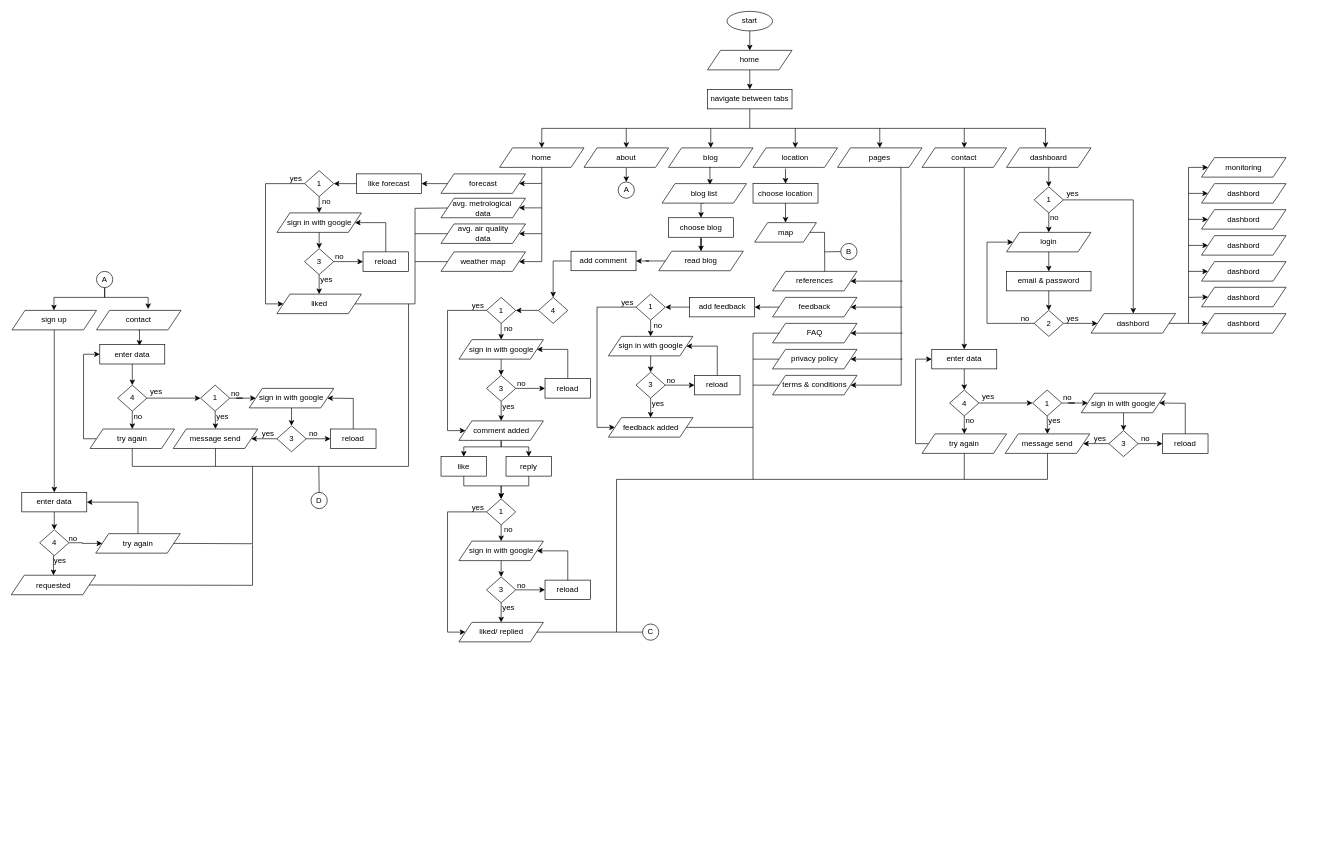
This is air_quality/flow_chart.drawio from kavicastelo/drawio, a draw.io file, before an edit. Source tidied: cells renumbered, new cells numbered last; positions are measured from the earlier drawing's top-left corner, leaving out a move shared by most shapes. Both pictures are drawn from the tidied source at 65%, with x=0, y=0 at pixel (11, 11).
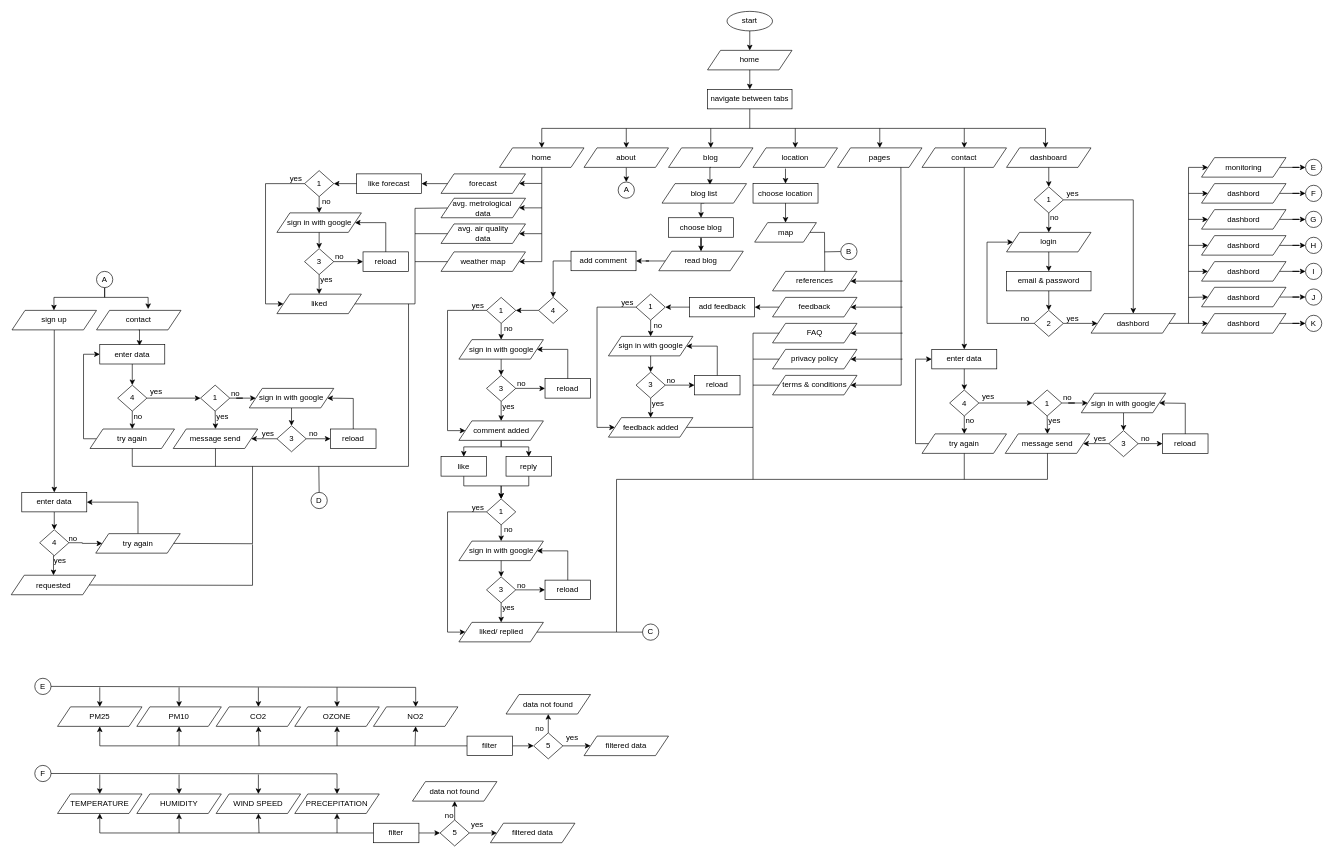
Above is the later version.

The change refers to these unchanged cells:
```xml
<mxCell id="18" value="monitoring" style="shape=parallelogram;perimeter=parallelogramPerimeter;whiteSpace=wrap;html=1;fixedSize=1;" parent="1" vertex="1">
  <mxGeometry x="1831" y="225" width="130" height="30" as="geometry" />
</mxCell>
<mxCell id="19" value="dashbord" style="shape=parallelogram;perimeter=parallelogramPerimeter;whiteSpace=wrap;html=1;fixedSize=1;" parent="1" vertex="1">
  <mxGeometry x="1831" y="265" width="130" height="30" as="geometry" />
</mxCell>
<mxCell id="20" value="dashbord" style="shape=parallelogram;perimeter=parallelogramPerimeter;whiteSpace=wrap;html=1;fixedSize=1;" parent="1" vertex="1">
  <mxGeometry x="1831" y="305" width="130" height="30" as="geometry" />
</mxCell>
<mxCell id="21" value="dashbord" style="shape=parallelogram;perimeter=parallelogramPerimeter;whiteSpace=wrap;html=1;fixedSize=1;" parent="1" vertex="1">
  <mxGeometry x="1831" y="345" width="130" height="30" as="geometry" />
</mxCell>
<mxCell id="22" value="dashbord" style="shape=parallelogram;perimeter=parallelogramPerimeter;whiteSpace=wrap;html=1;fixedSize=1;" parent="1" vertex="1">
  <mxGeometry x="1831" y="385" width="130" height="30" as="geometry" />
</mxCell>
<mxCell id="23" value="dashbord" style="shape=parallelogram;perimeter=parallelogramPerimeter;whiteSpace=wrap;html=1;fixedSize=1;" parent="1" vertex="1">
  <mxGeometry x="1831" y="424.5" width="130" height="30" as="geometry" />
</mxCell>
<mxCell id="24" value="dashbord" style="shape=parallelogram;perimeter=parallelogramPerimeter;whiteSpace=wrap;html=1;fixedSize=1;" parent="1" vertex="1">
  <mxGeometry x="1831" y="465" width="130" height="30" as="geometry" />
</mxCell>
```

Diff of the diagram source:
```diff
@@
+    <mxCell id="246" style="edgeStyle=orthogonalEdgeStyle;rounded=0;jettySize=auto;html=1;exitX=1;exitY=0.5;exitDx=0;exitDy=0;entryX=0;entryY=0.5;entryDx=0;entryDy=0;" parent="1" edge="1" source="18" target="253">
+      <mxGeometry relative="1" as="geometry" />
+    </mxCell>
@@
+    <mxCell id="247" style="edgeStyle=orthogonalEdgeStyle;rounded=0;jettySize=auto;html=1;exitX=1;exitY=0.5;exitDx=0;exitDy=0;entryX=0;entryY=0.5;entryDx=0;entryDy=0;" parent="1" edge="1" source="19" target="254">
+      <mxGeometry relative="1" as="geometry" />
+    </mxCell>
@@
+    <mxCell id="248" style="edgeStyle=orthogonalEdgeStyle;rounded=0;jettySize=auto;html=1;exitX=1;exitY=0.5;exitDx=0;exitDy=0;entryX=0;entryY=0.5;entryDx=0;entryDy=0;" parent="1" edge="1" source="20" target="255">
+      <mxGeometry relative="1" as="geometry" />
+    </mxCell>
@@
+    <mxCell id="249" style="edgeStyle=orthogonalEdgeStyle;rounded=0;jettySize=auto;html=1;exitX=1;exitY=0.5;exitDx=0;exitDy=0;entryX=0;entryY=0.5;entryDx=0;entryDy=0;" parent="1" edge="1" source="21" target="256">
+      <mxGeometry relative="1" as="geometry" />
+    </mxCell>
@@
+    <mxCell id="250" style="edgeStyle=orthogonalEdgeStyle;rounded=0;jettySize=auto;html=1;exitX=1;exitY=0.5;exitDx=0;exitDy=0;entryX=0;entryY=0.5;entryDx=0;entryDy=0;" parent="1" edge="1" source="22" target="257">
+      <mxGeometry relative="1" as="geometry" />
+    </mxCell>
@@
+    <mxCell id="251" style="edgeStyle=orthogonalEdgeStyle;rounded=0;jettySize=auto;html=1;exitX=1;exitY=0.5;exitDx=0;exitDy=0;entryX=0;entryY=0.5;entryDx=0;entryDy=0;" parent="1" edge="1" source="23" target="258">
+      <mxGeometry relative="1" as="geometry" />
+    </mxCell>
@@
+    <mxCell id="252" style="edgeStyle=orthogonalEdgeStyle;rounded=0;jettySize=auto;html=1;exitX=1;exitY=0.5;exitDx=0;exitDy=0;entryX=0;entryY=0.5;entryDx=0;entryDy=0;" parent="1" edge="1" source="24" target="259">
+      <mxGeometry relative="1" as="geometry" />
+    </mxCell>
@@
+    <mxCell id="253" value="E" style="ellipse;whiteSpace=wrap;html=1;" parent="1" vertex="1">
+      <mxGeometry x="1991" y="227.5" width="25" height="25" as="geometry" />
+    </mxCell>
+    <mxCell id="254" value="F" style="ellipse;whiteSpace=wrap;html=1;" parent="1" vertex="1">
+      <mxGeometry x="1991" y="267.5" width="25" height="25" as="geometry" />
+    </mxCell>
+    <mxCell id="255" value="G" style="ellipse;whiteSpace=wrap;html=1;" parent="1" vertex="1">
+      <mxGeometry x="1991" y="307.5" width="25" height="25" as="geometry" />
+    </mxCell>
+    <mxCell id="256" value="H" style="ellipse;whiteSpace=wrap;html=1;" parent="1" vertex="1">
+      <mxGeometry x="1991" y="347.5" width="25" height="25" as="geometry" />
+    </mxCell>
+    <mxCell id="257" value="I" style="ellipse;whiteSpace=wrap;html=1;" parent="1" vertex="1">
+      <mxGeometry x="1991" y="387.5" width="25" height="25" as="geometry" />
+    </mxCell>
+    <mxCell id="258" value="J" style="ellipse;whiteSpace=wrap;html=1;" parent="1" vertex="1">
+      <mxGeometry x="1991" y="427" width="25" height="25" as="geometry" />
+    </mxCell>
+    <mxCell id="259" value="K" style="ellipse;whiteSpace=wrap;html=1;" parent="1" vertex="1">
+      <mxGeometry x="1991" y="467.5" width="25" height="25" as="geometry" />
+    </mxCell>
+    <mxCell id="260" value="E" style="ellipse;whiteSpace=wrap;html=1;" parent="1" vertex="1">
+      <mxGeometry x="36" y="1026" width="25" height="25" as="geometry" />
+    </mxCell>
+    <mxCell id="261" value="PM25" style="shape=parallelogram;perimeter=parallelogramPerimeter;whiteSpace=wrap;html=1;fixedSize=1;" parent="1" vertex="1">
+      <mxGeometry x="71" y="1070" width="130" height="30" as="geometry" />
+    </mxCell>
+    <mxCell id="262" value="PM10" style="shape=parallelogram;perimeter=parallelogramPerimeter;whiteSpace=wrap;html=1;fixedSize=1;" parent="1" vertex="1">
+      <mxGeometry x="193" y="1070" width="130" height="30" as="geometry" />
+    </mxCell>
+    <mxCell id="263" value="CO2" style="shape=parallelogram;perimeter=parallelogramPerimeter;whiteSpace=wrap;html=1;fixedSize=1;" parent="1" vertex="1">
+      <mxGeometry x="315" y="1070" width="130" height="30" as="geometry" />
+    </mxCell>
+    <mxCell id="264" value="NO2" style="shape=parallelogram;perimeter=parallelogramPerimeter;whiteSpace=wrap;html=1;fixedSize=1;" parent="1" vertex="1">
+      <mxGeometry x="557" y="1070" width="130" height="30" as="geometry" />
+    </mxCell>
+    <mxCell id="265" value="OZONE" style="shape=parallelogram;perimeter=parallelogramPerimeter;whiteSpace=wrap;html=1;fixedSize=1;" parent="1" vertex="1">
+      <mxGeometry x="436" y="1070" width="130" height="30" as="geometry" />
+    </mxCell>
+    <mxCell id="266" style="endArrow=classic;html=1;rounded=0;exitX=1;exitY=0.5;exitDx=0;exitDy=0;entryX=0.5;entryY=0;entryDx=0;entryDy=0;" parent="1" edge="1" source="260" target="264">
+      <mxGeometry relative="1" as="geometry">
+        <Array as="points">
+          <mxPoint x="622" y="1040" />
+        </Array>
+      </mxGeometry>
+    </mxCell>
+    <mxCell id="267" style="endArrow=classic;html=1;rounded=0;entryX=0.5;entryY=0;entryDx=0;entryDy=0;" parent="1" edge="1" target="261">
+      <mxGeometry relative="1" as="geometry">
+        <mxPoint x="136" y="1040" as="sourcePoint" />
+      </mxGeometry>
+    </mxCell>
+    <mxCell id="268" style="endArrow=classic;html=1;rounded=0;entryX=0.5;entryY=0;entryDx=0;entryDy=0;" parent="1" edge="1" target="262">
+      <mxGeometry relative="1" as="geometry">
+        <mxPoint x="258" y="1040" as="sourcePoint" />
+      </mxGeometry>
+    </mxCell>
+    <mxCell id="269" style="endArrow=classic;html=1;rounded=0;entryX=0.5;entryY=0;entryDx=0;entryDy=0;" parent="1" edge="1" target="263">
+      <mxGeometry relative="1" as="geometry">
+        <mxPoint x="380" y="1040" as="sourcePoint" />
+      </mxGeometry>
+    </mxCell>
+    <mxCell id="270" style="endArrow=classic;html=1;rounded=0;entryX=0.5;entryY=0;entryDx=0;entryDy=0;" parent="1" edge="1" target="265">
+      <mxGeometry relative="1" as="geometry">
+        <mxPoint x="501" y="1040" as="sourcePoint" />
+      </mxGeometry>
+    </mxCell>
+    <mxCell id="271" style="edgeStyle=orthogonalEdgeStyle;rounded=0;jettySize=auto;html=1;exitX=1;exitY=0.5;exitDx=0;exitDy=0;entryX=0;entryY=0.5;entryDx=0;entryDy=0;" parent="1" edge="1" source="272" target="279">
+      <mxGeometry relative="1" as="geometry" />
+    </mxCell>
+    <mxCell id="272" value="filter" style="rounded=0;whiteSpace=wrap;html=1;" parent="1" vertex="1">
+      <mxGeometry x="701" y="1115" width="70" height="30" as="geometry" />
+    </mxCell>
+    <mxCell id="273" style="endArrow=classic;html=1;rounded=0;entryX=0.5;entryY=1;entryDx=0;entryDy=0;exitX=0;exitY=0.5;exitDx=0;exitDy=0;" parent="1" edge="1" source="272" target="261">
+      <mxGeometry relative="1" as="geometry">
+        <Array as="points">
+          <mxPoint x="136" y="1130" />
+        </Array>
+      </mxGeometry>
+    </mxCell>
+    <mxCell id="274" style="endArrow=classic;html=1;rounded=0;entryX=0.5;entryY=1;entryDx=0;entryDy=0;" parent="1" edge="1" target="262">
+      <mxGeometry relative="1" as="geometry">
+        <mxPoint x="258" y="1130" as="sourcePoint" />
+      </mxGeometry>
+    </mxCell>
+    <mxCell id="275" style="endArrow=classic;html=1;rounded=0;entryX=0.5;entryY=1;entryDx=0;entryDy=0;" parent="1" edge="1" target="263">
+      <mxGeometry relative="1" as="geometry">
+        <mxPoint x="381" y="1130" as="sourcePoint" />
+      </mxGeometry>
+    </mxCell>
+    <mxCell id="276" style="endArrow=classic;html=1;rounded=0;entryX=0.5;entryY=1;entryDx=0;entryDy=0;" parent="1" edge="1" target="265">
+      <mxGeometry relative="1" as="geometry">
+        <mxPoint x="501" y="1130" as="sourcePoint" />
+      </mxGeometry>
+    </mxCell>
+    <mxCell id="277" style="endArrow=classic;html=1;rounded=0;entryX=0.5;entryY=1;entryDx=0;entryDy=0;" parent="1" edge="1" target="264">
+      <mxGeometry relative="1" as="geometry">
+        <mxPoint x="621" y="1130" as="sourcePoint" />
+      </mxGeometry>
+    </mxCell>
+    <mxCell id="278" style="edgeStyle=orthogonalEdgeStyle;rounded=0;jettySize=auto;html=1;exitX=0.5;exitY=0;exitDx=0;exitDy=0;entryX=0.5;entryY=1;entryDx=0;entryDy=0;" parent="1" edge="1" source="279" target="280">
+      <mxGeometry relative="1" as="geometry" />
+    </mxCell>
+    <mxCell id="279" value="5" style="rhombus;whiteSpace=wrap;html=1;" parent="1" vertex="1">
+      <mxGeometry x="803.5" y="1110" width="45" height="40" as="geometry" />
+    </mxCell>
+    <mxCell id="280" value="data not found" style="shape=parallelogram;perimeter=parallelogramPerimeter;whiteSpace=wrap;html=1;fixedSize=1;" parent="1" vertex="1">
+      <mxGeometry x="761" y="1051" width="130" height="30" as="geometry" />
+    </mxCell>
+    <mxCell id="281" value="filtered data" style="shape=parallelogram;perimeter=parallelogramPerimeter;whiteSpace=wrap;html=1;fixedSize=1;" parent="1" vertex="1">
+      <mxGeometry x="881" y="1115" width="130" height="30" as="geometry" />
+    </mxCell>
+    <mxCell id="282" style="endArrow=classic;html=1;rounded=0;exitX=1;exitY=0.5;exitDx=0;exitDy=0;entryX=0;entryY=0.5;entryDx=0;entryDy=0;" parent="1" edge="1" source="279" target="281">
+      <mxGeometry relative="1" as="geometry" />
+    </mxCell>
+    <mxCell id="283" value="F" style="ellipse;whiteSpace=wrap;html=1;" parent="1" vertex="1">
+      <mxGeometry x="36" y="1160" width="25" height="25" as="geometry" />
+    </mxCell>
+    <mxCell id="284" value="TEMPERATURE" style="shape=parallelogram;perimeter=parallelogramPerimeter;whiteSpace=wrap;html=1;fixedSize=1;" parent="1" vertex="1">
+      <mxGeometry x="71" y="1204" width="130" height="30" as="geometry" />
+    </mxCell>
+    <mxCell id="285" value="HUMIDITY" style="shape=parallelogram;perimeter=parallelogramPerimeter;whiteSpace=wrap;html=1;fixedSize=1;" parent="1" vertex="1">
+      <mxGeometry x="193" y="1204" width="130" height="30" as="geometry" />
+    </mxCell>
+    <mxCell id="286" value="WIND SPEED" style="shape=parallelogram;perimeter=parallelogramPerimeter;whiteSpace=wrap;html=1;fixedSize=1;" parent="1" vertex="1">
+      <mxGeometry x="315" y="1204" width="130" height="30" as="geometry" />
+    </mxCell>
+    <mxCell id="287" value="PRECEPITATION" style="shape=parallelogram;perimeter=parallelogramPerimeter;whiteSpace=wrap;html=1;fixedSize=1;" parent="1" vertex="1">
+      <mxGeometry x="436" y="1204" width="130" height="30" as="geometry" />
+    </mxCell>
+    <mxCell id="288" style="endArrow=classic;html=1;rounded=0;exitX=1;exitY=0.5;exitDx=0;exitDy=0;entryX=0.5;entryY=0;entryDx=0;entryDy=0;" parent="1" edge="1" source="283" target="287">
+      <mxGeometry relative="1" as="geometry">
+        <Array as="points">
+          <mxPoint x="501" y="1173" />
+        </Array>
+      </mxGeometry>
+    </mxCell>
+    <mxCell id="289" style="endArrow=classic;html=1;rounded=0;entryX=0.5;entryY=0;entryDx=0;entryDy=0;" parent="1" edge="1" target="284">
+      <mxGeometry relative="1" as="geometry">
+        <mxPoint x="136" y="1174" as="sourcePoint" />
+      </mxGeometry>
+    </mxCell>
+    <mxCell id="290" style="endArrow=classic;html=1;rounded=0;entryX=0.5;entryY=0;entryDx=0;entryDy=0;" parent="1" edge="1" target="285">
+      <mxGeometry relative="1" as="geometry">
+        <mxPoint x="258" y="1174" as="sourcePoint" />
+      </mxGeometry>
+    </mxCell>
+    <mxCell id="291" style="endArrow=classic;html=1;rounded=0;entryX=0.5;entryY=0;entryDx=0;entryDy=0;" parent="1" edge="1" target="286">
+      <mxGeometry relative="1" as="geometry">
+        <mxPoint x="380" y="1174" as="sourcePoint" />
+      </mxGeometry>
+    </mxCell>
+    <mxCell id="292" style="edgeStyle=orthogonalEdgeStyle;rounded=0;jettySize=auto;html=1;exitX=1;exitY=0.5;exitDx=0;exitDy=0;entryX=0;entryY=0.5;entryDx=0;entryDy=0;" parent="1" edge="1" source="293" target="299">
+      <mxGeometry relative="1" as="geometry" />
+    </mxCell>
+    <mxCell id="293" value="filter" style="rounded=0;whiteSpace=wrap;html=1;" parent="1" vertex="1">
+      <mxGeometry x="557" y="1249" width="70" height="30" as="geometry" />
+    </mxCell>
+    <mxCell id="294" style="endArrow=classic;html=1;rounded=0;entryX=0.5;entryY=1;entryDx=0;entryDy=0;exitX=0;exitY=0.5;exitDx=0;exitDy=0;" parent="1" edge="1" source="293" target="284">
+      <mxGeometry relative="1" as="geometry">
+        <Array as="points">
+          <mxPoint x="136" y="1264" />
+        </Array>
+      </mxGeometry>
+    </mxCell>
+    <mxCell id="295" style="endArrow=classic;html=1;rounded=0;entryX=0.5;entryY=1;entryDx=0;entryDy=0;" parent="1" edge="1" target="285">
+      <mxGeometry relative="1" as="geometry">
+        <mxPoint x="258" y="1264" as="sourcePoint" />
+      </mxGeometry>
+    </mxCell>
+    <mxCell id="296" style="endArrow=classic;html=1;rounded=0;entryX=0.5;entryY=1;entryDx=0;entryDy=0;" parent="1" edge="1" target="286">
+      <mxGeometry relative="1" as="geometry">
+        <mxPoint x="381" y="1264" as="sourcePoint" />
+      </mxGeometry>
+    </mxCell>
+    <mxCell id="297" style="endArrow=classic;html=1;rounded=0;entryX=0.5;entryY=1;entryDx=0;entryDy=0;" parent="1" edge="1" target="287">
+      <mxGeometry relative="1" as="geometry">
+        <mxPoint x="501" y="1264" as="sourcePoint" />
+      </mxGeometry>
+    </mxCell>
+    <mxCell id="298" style="edgeStyle=orthogonalEdgeStyle;rounded=0;jettySize=auto;html=1;exitX=0.5;exitY=0;exitDx=0;exitDy=0;entryX=0.5;entryY=1;entryDx=0;entryDy=0;" parent="1" edge="1" source="299" target="300">
+      <mxGeometry relative="1" as="geometry" />
+    </mxCell>
+    <mxCell id="299" value="5" style="rhombus;whiteSpace=wrap;html=1;" parent="1" vertex="1">
+      <mxGeometry x="659.5" y="1244" width="45" height="40" as="geometry" />
+    </mxCell>
+    <mxCell id="300" value="data not found" style="shape=parallelogram;perimeter=parallelogramPerimeter;whiteSpace=wrap;html=1;fixedSize=1;" parent="1" vertex="1">
+      <mxGeometry x="617" y="1185" width="130" height="30" as="geometry" />
+    </mxCell>
+    <mxCell id="301" value="filtered data" style="shape=parallelogram;perimeter=parallelogramPerimeter;whiteSpace=wrap;html=1;fixedSize=1;" parent="1" vertex="1">
+      <mxGeometry x="737" y="1249" width="130" height="30" as="geometry" />
+    </mxCell>
+    <mxCell id="302" style="endArrow=classic;html=1;rounded=0;exitX=1;exitY=0.5;exitDx=0;exitDy=0;entryX=0;entryY=0.5;entryDx=0;entryDy=0;" parent="1" edge="1" source="299" target="301">
+      <mxGeometry relative="1" as="geometry" />
+    </mxCell>
+    <mxCell id="303" value="yes" style="text;html=1;align=center;verticalAlign=middle;whiteSpace=wrap;rounded=0;" parent="1" vertex="1">
+      <mxGeometry x="848.5" y="1110" width="27.5" height="15" as="geometry" />
+    </mxCell>
+    <mxCell id="304" value="yes" style="text;html=1;align=center;verticalAlign=middle;whiteSpace=wrap;rounded=0;" parent="1" vertex="1">
+      <mxGeometry x="703" y="1244" width="27.5" height="15" as="geometry" />
+    </mxCell>
+    <mxCell id="305" value="no" style="text;html=1;align=center;verticalAlign=middle;whiteSpace=wrap;rounded=0;" parent="1" vertex="1">
+      <mxGeometry x="798.5" y="1095" width="27.5" height="15" as="geometry" />
+    </mxCell>
+    <mxCell id="306" value="no" style="text;html=1;align=center;verticalAlign=middle;whiteSpace=wrap;rounded=0;" parent="1" vertex="1">
+      <mxGeometry x="659.5" y="1229" width="27.5" height="15" as="geometry" />
+    </mxCell>
```
